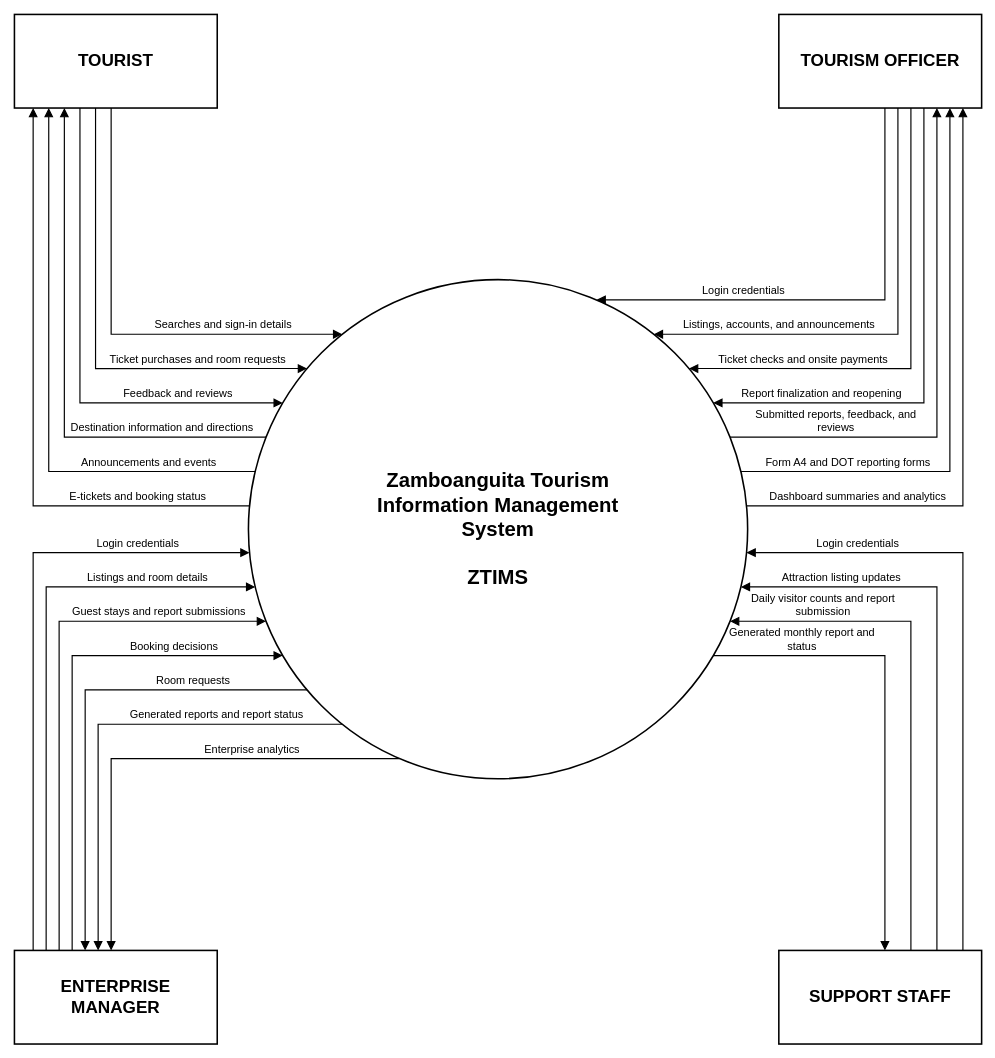
The draw.io diagram docs/diagrams/ztims-context-diagram.drawio in jefee0101/ZTIMS, before the edit. Source tidied: cells renumbered, new cells numbered last; positions are measured from the earlier drawing's top-left corner, leaving out a move shared by most shapes. Both pictures are drawn from the tidied source at 78%, with x=0, y=0 at pixel (14, 14).
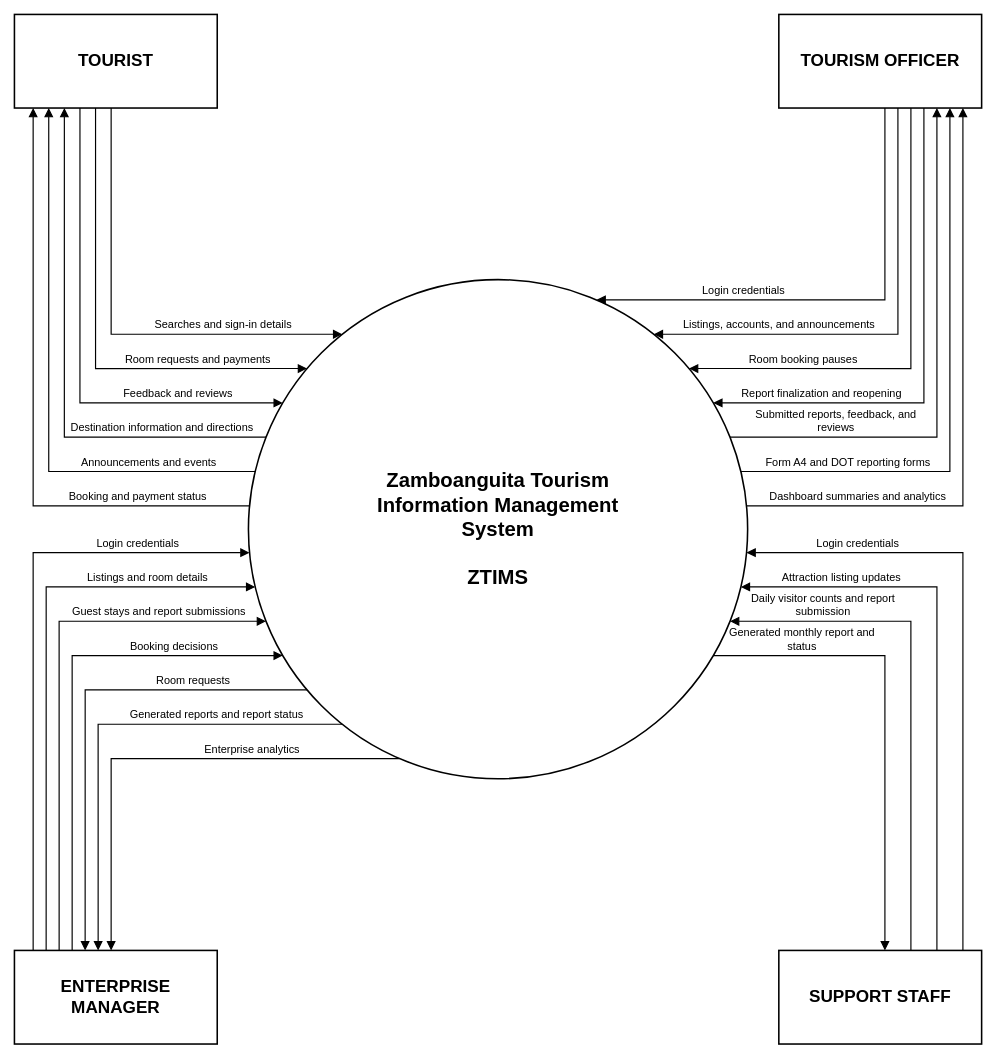
After the change.

Commit message (it also covers changes not shown here):
Diagrams redrawn without entrance tickets

The edit, as a diff of the source:
```diff
@@
-    <mxCell id="7" value="Ticket purchases and room requests" style="text;html=1;whiteSpace=wrap;align=center;verticalAlign=bottom;fontColor=#000000;fontSize=14;strokeColor=none;fillColor=none;" parent="1" vertex="1">
+    <mxCell id="7" value="Room requests and payments" style="text;html=1;whiteSpace=wrap;align=center;verticalAlign=bottom;fontColor=#000000;fontSize=14;strokeColor=none;fillColor=none;" parent="1" vertex="1">
       <mxGeometry x="104" y="413" width="263.1" height="40" as="geometry" />
     </mxCell>
@@
-    <mxCell id="15" value="E-tickets and booking status" style="text;html=1;whiteSpace=wrap;align=center;verticalAlign=bottom;fontColor=#000000;fontSize=14;strokeColor=none;fillColor=none;" parent="1" vertex="1">
+    <mxCell id="15" value="Booking and payment status" style="text;html=1;whiteSpace=wrap;align=center;verticalAlign=bottom;fontColor=#000000;fontSize=14;strokeColor=none;fillColor=none;" parent="1" vertex="1">
       <mxGeometry x="24" y="589" width="269.4" height="40" as="geometry" />
     </mxCell>
@@
-    <mxCell id="22" value="Ticket checks and onsite payments" style="text;html=1;whiteSpace=wrap;align=center;verticalAlign=bottom;fontColor=#000000;fontSize=14;strokeColor=none;fillColor=none;" parent="1" vertex="1">
+    <mxCell id="22" value="Room booking pauses" style="text;html=1;whiteSpace=wrap;align=center;verticalAlign=bottom;fontColor=#000000;fontSize=14;strokeColor=none;fillColor=none;" parent="1" vertex="1">
       <mxGeometry x="872.9" y="413" width="276.5" height="40" as="geometry" />
     </mxCell>
```
